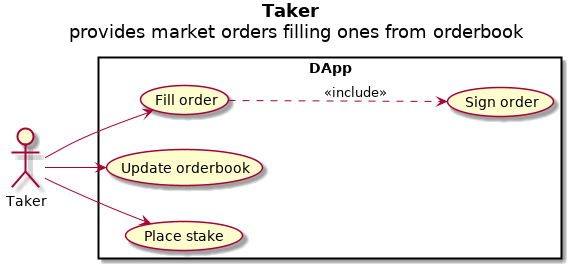
The PlantUML diagram docs/dapp_usecase_taker.png in callmebi/enon-crosschain-ethereum-dex, before a commit. Source of this version:
```plantuml
@startuml
title <b>Taker<b> \n provides market orders filling ones from orderbook
left to right direction

actor Taker

rectangle DApp {
  usecase "Update orderbook" as update
  usecase "Place stake" as stake
  usecase "Fill order" as fill
  usecase "Sign order" as sign
}

Taker -down-> update
Taker -down-> stake
Taker -right-> fill

fill .down.> sign : <<include>>

@enduml
```
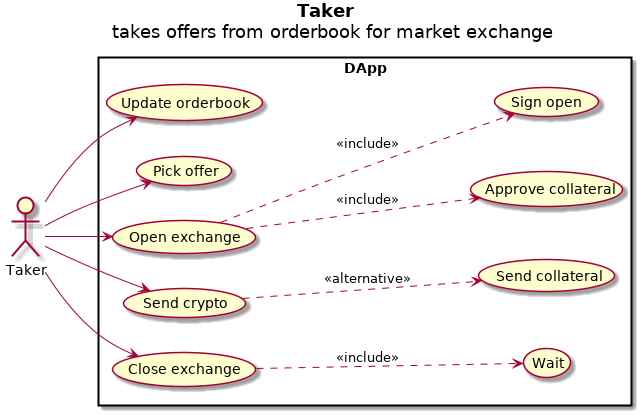
The same file after the commit.

Commit message:
Taker and maker usecases edition

Change to the diagram source:
```diff
@@ -1,20 +1,30 @@
 @startuml
-title <b>Taker<b> \n provides market orders filling ones from orderbook
+title <b>Taker<b> \n takes offers from orderbook for market exchange
 left to right direction
 
 actor Taker
 
 rectangle DApp {
   usecase "Update orderbook" as update
-  usecase "Place stake" as stake
-  usecase "Fill order" as fill
-  usecase "Sign order" as sign
+  usecase "Pick offer" as pick
+  usecase "Open exchange" as open
+  usecase "Approve collateral" as approve
+  usecase "Sign open" as sign
+  usecase "Send crypto" as crypto
+  usecase "Send collateral" as collateral
+  usecase "Close exchange" as close
+  usecase "Wait" as wait
 }
 
 Taker -down-> update
-Taker -down-> stake
-Taker -right-> fill
+Taker -down-> pick
+Taker -down-> open
+Taker -down-> crypto
+Taker -down-> close
 
-fill .down.> sign : <<include>>
+open .down.> approve : <<include>>
+open .down.> sign : <<include>>
+crypto .down.> collateral : <<alternative>>
+close .down.> wait : <<include>>
 
 @enduml
```
